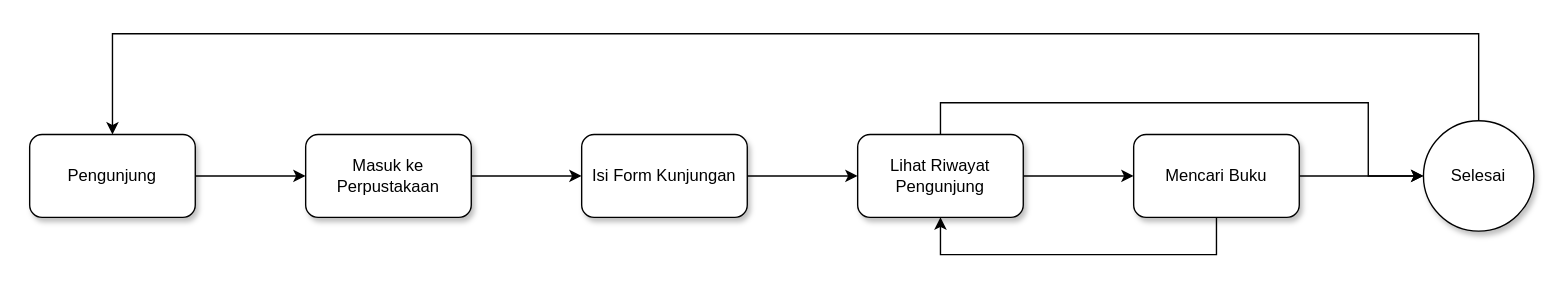
Afkar-Saga/perpus-digital keeps this draw.io diagram as Alur-Perpus-Digital.drawio. Above is the earlier version. Source tidied: cells renumbered, new cells numbered last; positions are measured from the earlier drawing's top-left corner, leaving out a move shared by most shapes. Both pictures are drawn from the tidied source at 138%, with x=0, y=0 at pixel (29, 33).
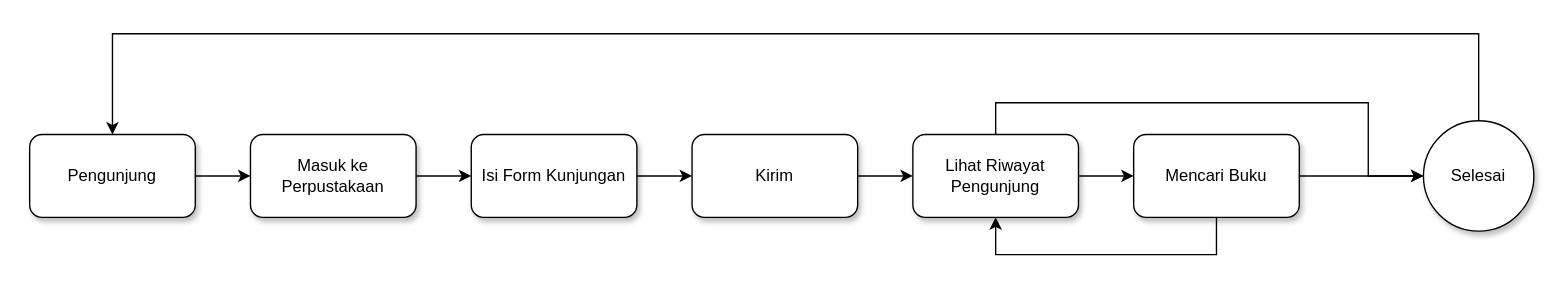
Above is the later version.

Unchanged cells that the change refers to:
```xml
<mxCell id="13" value="Mencari Buku" style="whiteSpace=wrap;html=1;rounded=1;shadow=1;" parent="1" vertex="1">
  <mxGeometry x="800" y="73" width="120" height="60" as="geometry" />
</mxCell>
<mxCell id="15" value="Selesai" style="ellipse;whiteSpace=wrap;html=1;shadow=1;" parent="1" vertex="1">
  <mxGeometry x="1010" y="63" width="80" height="80" as="geometry" />
</mxCell>
```

Diff of the diagram source:
```diff
@@
     <mxCell id="5" value="Masuk ke Perpustakaan" style="rounded=1;whiteSpace=wrap;html=1;shadow=1;" parent="1" vertex="1">
-      <mxGeometry x="200" y="73" width="120" height="60" as="geometry" />
+      <mxGeometry x="160" y="73" width="120" height="60" as="geometry" />
     </mxCell>
-    <mxCell id="6" style="edgeStyle=orthogonalEdgeStyle;rounded=0;jettySize=auto;html=1;" parent="1" edge="1" source="7" target="10">
-      <mxGeometry relative="1" as="geometry" />
-    </mxCell>
+    <mxCell id="16" style="edgeStyle=orthogonalEdgeStyle;rounded=0;jettySize=auto;html=1;fontFamily=Helvetica;fontSize=12;fontColor=default;" parent="1" edge="1" source="7" target="18">
+      <mxGeometry relative="1" as="geometry" />
+    </mxCell>
     <mxCell id="7" value="Isi Form Kunjungan" style="whiteSpace=wrap;html=1;rounded=1;shadow=1;" parent="1" vertex="1">
-      <mxGeometry x="400" y="73" width="120" height="60" as="geometry" />
+      <mxGeometry x="320" y="73" width="120" height="60" as="geometry" />
     </mxCell>
@@
     <mxCell id="9" style="rounded=0;jettySize=auto;html=1;exitX=0.5;exitY=0;exitDx=0;exitDy=0;entryX=0;entryY=0.5;entryDx=0;entryDy=0;edgeStyle=orthogonalEdgeStyle;" parent="1" edge="1" source="10" target="15">
       <mxGeometry relative="1" as="geometry">
         <Array as="points">
-          <mxPoint x="660" y="50" />
+          <mxPoint x="700" y="50" />
           <mxPoint x="970" y="50" />
           <mxPoint x="970" y="103" />
         </Array>
       </mxGeometry>
     </mxCell>
     <mxCell id="10" value="Lihat Riwayat Pengunjung" style="whiteSpace=wrap;html=1;rounded=1;shadow=1;" parent="1" vertex="1">
-      <mxGeometry x="600" y="73" width="120" height="60" as="geometry" />
+      <mxGeometry x="640" y="73" width="120" height="60" as="geometry" />
     </mxCell>
@@
-    <mxCell id="12" style="edgeStyle=orthogonalEdgeStyle;rounded=0;jettySize=auto;html=1;entryX=0.5;entryY=1;entryDx=0;entryDy=0;exitX=0.5;exitY=1;exitDx=0;exitDy=0;" parent="1" edge="1" source="13" target="10">
+    <mxCell id="12" style="edgeStyle=orthogonalEdgeStyle;rounded=0;jettySize=auto;html=1;exitX=0.5;exitY=1;exitDx=0;exitDy=0;entryX=0.5;entryY=1;entryDx=0;entryDy=0;" parent="1" edge="1" source="13" target="10">
       <mxGeometry relative="1" as="geometry">
         <Array as="points">
           <mxPoint x="860" y="160" />
-          <mxPoint x="660" y="160" />
+          <mxPoint x="700" y="160" />
         </Array>
       </mxGeometry>
     </mxCell>
@@
+    <mxCell id="17" style="edgeStyle=orthogonalEdgeStyle;rounded=0;jettySize=auto;html=1;fontFamily=Helvetica;fontSize=12;fontColor=default;" parent="1" edge="1" source="18" target="10">
+      <mxGeometry relative="1" as="geometry" />
+    </mxCell>
+    <mxCell id="18" value="Kirim" style="whiteSpace=wrap;html=1;rounded=1;shadow=1;" parent="1" vertex="1">
+      <mxGeometry x="480" y="73" width="120" height="60" as="geometry" />
+    </mxCell>
```
